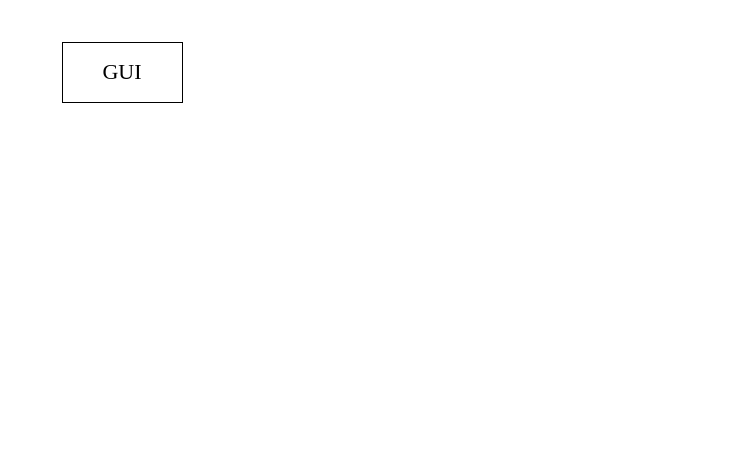
Before: 未命名绘图.drawio in reblackcat/draw, a draw.io diagram. Source tidied: cells renumbered, new cells numbered last; positions are measured from the earlier drawing's top-left corner, leaving out a move shared by most shapes. Both pictures are drawn from the tidied source at 100%, with x=0, y=0 at pixel (62, 42).
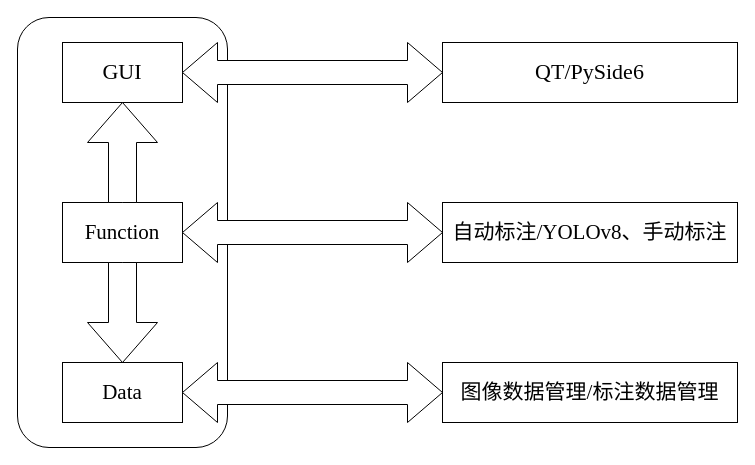
The same diagram, later.

Commit message:
更新未命名绘图.drawio

The edit, as a diff of the source:
```diff
@@
 <mxGraphModel>
   <root>
     <mxCell id="0" />
     <mxCell id="1" parent="0" />
+    <mxCell id="3" style="rounded=1;whiteSpace=wrap;html=1;" parent="1" vertex="1">
+      <mxGeometry x="-45" y="-25" width="210" height="430" as="geometry" />
+    </mxCell>
     <mxCell id="2" value="&lt;font style=&quot;font-size: 22px;&quot;&gt;GUI&lt;/font&gt;" style="rounded=0;whiteSpace=wrap;html=1;fontFamily=Times New Roman;" parent="1" vertex="1">
       <mxGeometry width="120" height="60" as="geometry" />
     </mxCell>
+    <mxCell id="4" value="&lt;font face=&quot;Times New Roman&quot; style=&quot;font-size: 21px;&quot;&gt;Function&lt;/font&gt;" style="rounded=0;whiteSpace=wrap;html=1;" parent="1" vertex="1">
+      <mxGeometry y="160" width="120" height="60" as="geometry" />
+    </mxCell>
+    <mxCell id="5" style="html=1;shadow=0;dashed=0;align=center;verticalAlign=middle;shape=mxgraph.arrows2.arrow;dy=0.6;dx=40;direction=north;notch=0;" parent="1" vertex="1">
+      <mxGeometry x="25" y="60" width="70" height="100" as="geometry" />
+    </mxCell>
+    <mxCell id="6" style="html=1;shadow=0;dashed=0;align=center;verticalAlign=middle;shape=mxgraph.arrows2.arrow;dy=0.6;dx=40;direction=south;notch=0;" parent="1" vertex="1">
+      <mxGeometry x="25" y="220" width="70" height="100" as="geometry" />
+    </mxCell>
+    <mxCell id="7" value="&lt;font style=&quot;font-size: 21px;&quot;&gt;Data&lt;/font&gt;" style="rounded=0;whiteSpace=wrap;html=1;fontFamily=Times New Roman;" parent="1" vertex="1">
+      <mxGeometry y="320" width="120" height="60" as="geometry" />
+    </mxCell>
+    <mxCell id="8" style="html=1;shadow=0;dashed=0;align=center;verticalAlign=middle;shape=mxgraph.arrows2.twoWayArrow;dy=0.6;dx=35;" parent="1" vertex="1">
+      <mxGeometry x="120" width="260" height="60" as="geometry" />
+    </mxCell>
+    <mxCell id="9" value="&lt;font style=&quot;font-size: 22px;&quot;&gt;QT/PySide6&lt;br&gt;&lt;/font&gt;" style="rounded=0;whiteSpace=wrap;html=1;fontFamily=Times New Roman;" parent="1" vertex="1">
+      <mxGeometry x="380" width="295" height="60" as="geometry" />
+    </mxCell>
+    <mxCell id="10" style="html=1;shadow=0;dashed=0;align=center;verticalAlign=middle;shape=mxgraph.arrows2.twoWayArrow;dy=0.6;dx=35;" parent="1" vertex="1">
+      <mxGeometry x="120" y="160" width="260" height="60" as="geometry" />
+    </mxCell>
+    <mxCell id="11" value="&lt;font face=&quot;Times New Roman&quot; style=&quot;font-size: 21px;&quot;&gt;自动标注/YOLOv8、手动标注&lt;/font&gt;" style="rounded=0;whiteSpace=wrap;html=1;" parent="1" vertex="1">
+      <mxGeometry x="380" y="160" width="295" height="60" as="geometry" />
+    </mxCell>
+    <mxCell id="12" style="html=1;shadow=0;dashed=0;align=center;verticalAlign=middle;shape=mxgraph.arrows2.twoWayArrow;dy=0.6;dx=35;" parent="1" vertex="1">
+      <mxGeometry x="120" y="320" width="260" height="60" as="geometry" />
+    </mxCell>
+    <mxCell id="13" value="&lt;font face=&quot;Times New Roman&quot;&gt;&lt;span style=&quot;font-size: 21px;&quot;&gt;图像数据管理/标注数据管理&lt;/span&gt;&lt;/font&gt;" style="rounded=0;whiteSpace=wrap;html=1;" parent="1" vertex="1">
+      <mxGeometry x="380" y="320" width="295" height="60" as="geometry" />
+    </mxCell>
   </root>
 </mxGraphModel>
```
